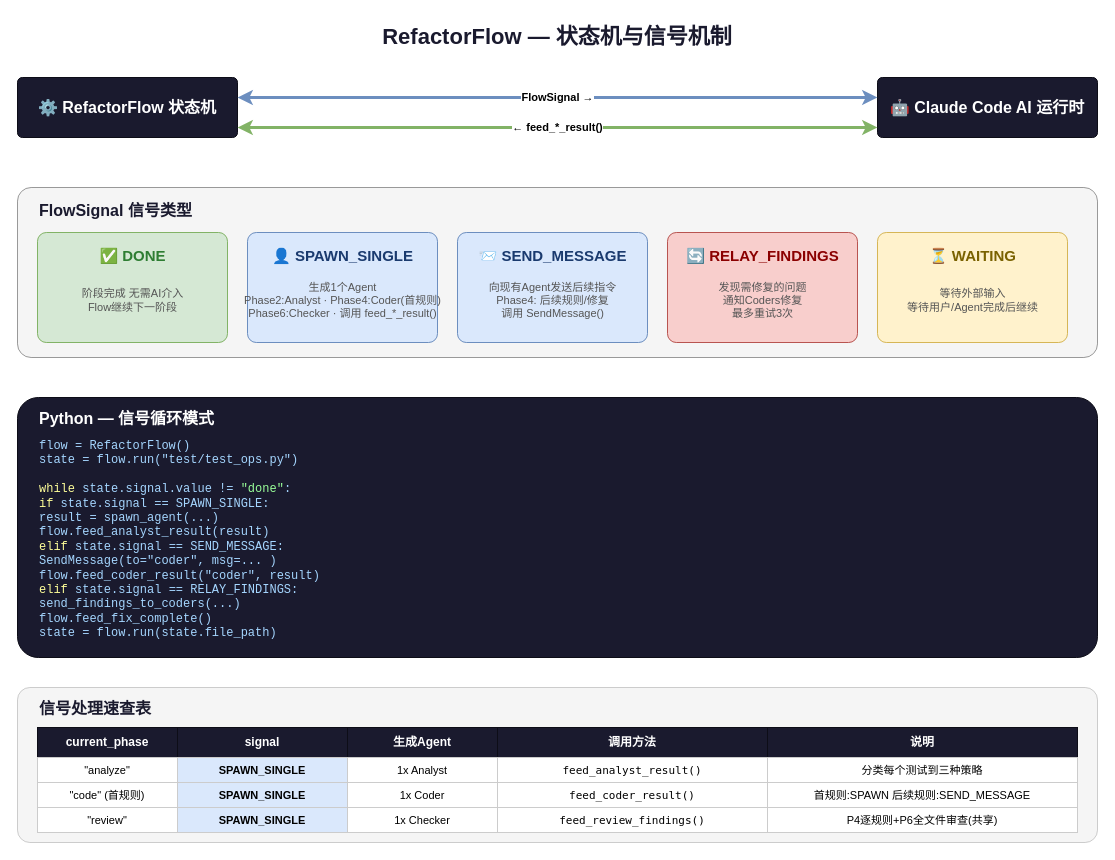
Above: pytorch-test-refactoring/.assets/diagrams/signal-flow.drawio in KarhouTam/agent-skills (draw.io), before the change. Source tidied: cells renumbered, new cells numbered last; positions are measured from the earlier drawing's top-left corner, leaving out a move shared by most shapes. Both pictures are drawn from the tidied source at 100%, with x=0, y=0 at pixel (17, 17).
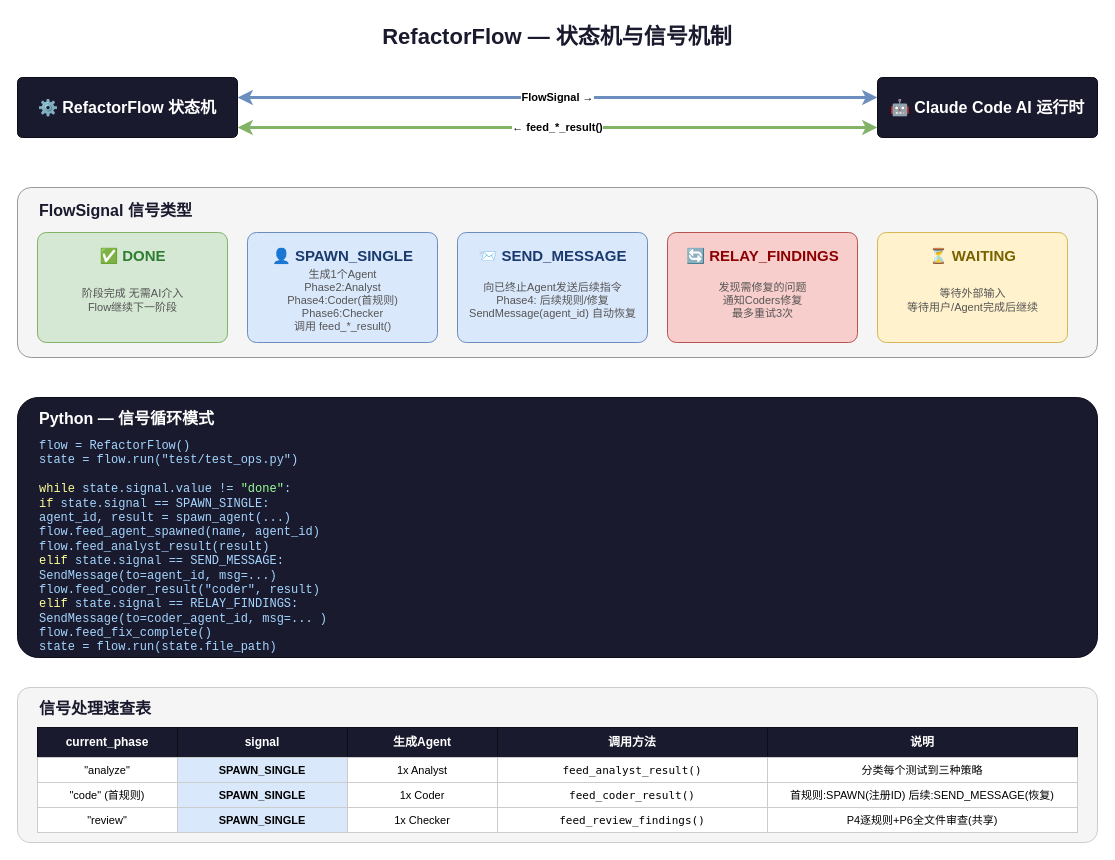
Above is the later version.

The edit, as a diff of the source:
```diff
@@
-    <mxCell id="16" value="生成1个Agent&lt;br&gt;Phase2:Analyst · Phase4:Coder(首规则)&lt;br&gt;Phase6:Checker · 调用 feed_*_result()" style="text;html=1;strokeColor=none;fillColor=none;align=center;verticalAlign=middle;fontSize=11;fontColor=#555;" parent="1" vertex="1">
+    <mxCell id="16" value="生成1个Agent&lt;br&gt;&lt;div&gt;Phase2:Analyst&lt;div&gt;Phase4:Coder(首规则)&lt;br&gt;Phase6:Checker&lt;/div&gt;&lt;div&gt;调用 feed_*_result()&lt;/div&gt;&lt;/div&gt;" style="text;html=1;strokeColor=none;fillColor=none;align=center;verticalAlign=middle;fontSize=11;fontColor=#555;" parent="1" vertex="1">
       <mxGeometry x="240" y="255" width="170" height="55" as="geometry" />
     </mxCell>
@@
-    <mxCell id="19" value="向现有Agent发送后续指令&lt;br&gt;Phase4: 后续规则/修复&lt;br&gt;调用 SendMessage()" style="text;html=1;strokeColor=none;fillColor=none;align=center;verticalAlign=middle;fontSize=11;fontColor=#555;" parent="1" vertex="1">
+    <mxCell id="19" value="向已终止Agent发送后续指令&lt;br&gt;Phase4: 后续规则/修复&lt;br&gt;SendMessage(agent_id) 自动恢复" style="text;html=1;strokeColor=none;fillColor=none;align=center;verticalAlign=middle;fontSize=11;fontColor=#555;" parent="1" vertex="1">
       <mxGeometry x="450" y="255" width="170" height="55" as="geometry" />
     </mxCell>
@@
-    <mxCell id="28" value="&lt;font face=&quot;monospace&quot; style=&quot;font-size:12px&quot; color=&quot;#a5d6ff&quot;&gt;flow = RefactorFlow()&lt;br&gt;state = flow.run(&quot;test/test_ops.py&quot;)&lt;br&gt;&lt;br&gt;&lt;font color=&quot;#ff9&quot;&gt;while&lt;/font&gt; state.signal.value != &lt;font color=&quot;#9f9&quot;&gt;&quot;done&quot;&lt;/font&gt;:&lt;br&gt;    &lt;font color=&quot;#ff9&quot;&gt;if&lt;/font&gt; state.signal == SPAWN_SINGLE:&lt;br&gt;        result = spawn_agent(...)&lt;br&gt;        flow.feed_analyst_result(result)&lt;br&gt;    &lt;font color=&quot;#ff9&quot;&gt;elif&lt;/font&gt; state.signal == SEND_MESSAGE:&lt;br&gt;        SendMessage(to=&quot;coder&quot;, msg=... )&lt;br&gt;        flow.feed_coder_result(&quot;coder&quot;, result)&lt;br&gt;    &lt;font color=&quot;#ff9&quot;&gt;elif&lt;/font&gt; state.signal == RELAY_FINDINGS:&lt;br&gt;        send_findings_to_coders(...)&lt;br&gt;        flow.feed_fix_complete()&lt;br&gt;    state = flow.run(state.file_path)&lt;br&gt;&lt;/font&gt;" style="text;html=1;strokeColor=none;fillColor=none;align=left;verticalAlign=top;whiteSpace=wrap;fontSize=11;" parent="1" vertex="1">
+    <mxCell id="28" value="&lt;font face=&quot;monospace&quot; style=&quot;font-size:12px&quot; color=&quot;#a5d6ff&quot;&gt;flow = RefactorFlow()&lt;br&gt;state = flow.run(&quot;test/test_ops.py&quot;)&lt;br&gt;&lt;br&gt;&lt;font color=&quot;#ff9&quot;&gt;while&lt;/font&gt; state.signal.value != &lt;font color=&quot;#9f9&quot;&gt;&quot;done&quot;&lt;/font&gt;:&lt;br&gt;    &lt;font color=&quot;#ff9&quot;&gt;if&lt;/font&gt; state.signal == SPAWN_SINGLE:&lt;br&gt;        agent_id, result = spawn_agent(...)&lt;br&gt;        flow.feed_agent_spawned(name, agent_id)&lt;br&gt;        flow.feed_analyst_result(result)&lt;br&gt;    &lt;font color=&quot;#ff9&quot;&gt;elif&lt;/font&gt; state.signal == SEND_MESSAGE:&lt;br&gt;        SendMessage(to=agent_id, msg=...)&lt;br&gt;        flow.feed_coder_result(&quot;coder&quot;, result)&lt;br&gt;    &lt;font color=&quot;#ff9&quot;&gt;elif&lt;/font&gt; state.signal == RELAY_FINDINGS:&lt;br&gt;        SendMessage(to=coder_agent_id, msg=... )&lt;br&gt;        flow.feed_fix_complete()&lt;br&gt;    state = flow.run(state.file_path)&lt;br&gt;&lt;/font&gt;" style="text;html=1;strokeColor=none;fillColor=none;align=left;verticalAlign=top;whiteSpace=wrap;fontSize=11;" parent="1" vertex="1">
       <mxGeometry x="20" y="415" width="1030" height="205" as="geometry" />
     </mxCell>
@@
-    <mxCell id="45" value="首规则:SPAWN 后续规则:SEND_MESSAGE" style="rounded=0;whiteSpace=wrap;html=1;fillColor=#fff;strokeColor=#ccc;fontSize=11;" parent="1" vertex="1">
+    <mxCell id="45" value="首规则:SPAWN(注册ID) 后续:SEND_MESSAGE(恢复)" style="rounded=0;whiteSpace=wrap;html=1;fillColor=#fff;strokeColor=#ccc;fontSize=11;" parent="1" vertex="1">
       <mxGeometry x="750" y="765" width="310" height="25" as="geometry" />
     </mxCell>
```
